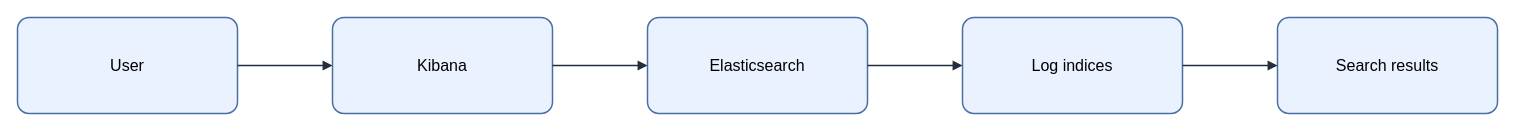
Before: assets/img/observability/kibana-query-flow.drawio in KKamJi98/kkamji98.github.io, a draw.io diagram. Source tidied: cells renumbered, new cells numbered last; positions are measured from the earlier drawing's top-left corner, leaving out a move shared by most shapes. Both pictures are drawn from the tidied source at 100%, with x=0, y=0 at pixel (17, 17).
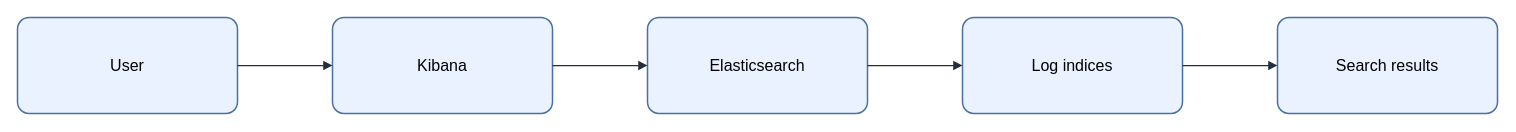
Above is the later version.

Change to the diagram source:
```diff
@@
 <mxGraphModel background="#FFFFFF">
   <root>
     <mxCell id="0" />
     <mxCell id="1" parent="0" />
-    <mxCell id="2" value="&lt;font style=&quot;color: rgb(0, 0, 0);&quot;&gt;User&lt;/font&gt;" style="rounded=1;arcSize=12;whiteSpace=wrap;html=1;fillColor=#EAF2FF;strokeColor=#4A6FA5;strokeWidth=1.5;fontColor=#000000;fontSize=16;align=center;verticalAlign=middle;spacing=8;shadow=0;" parent="1" vertex="1">
+    <mxCell id="2" value="User" style="rounded=1;arcSize=12;whiteSpace=wrap;html=0;fillColor=#EAF2FF;strokeColor=#4A6FA5;strokeWidth=1.5;fontColor=#000000;fontSize=16;align=center;verticalAlign=middle;spacing=8;shadow=0;" parent="1" vertex="1">
       <mxGeometry width="220" height="96" as="geometry" />
     </mxCell>
-    <mxCell id="3" value="&lt;font style=&quot;color: rgb(0, 0, 0);&quot;&gt;Kibana&lt;/font&gt;" style="rounded=1;arcSize=12;whiteSpace=wrap;html=1;fillColor=#EAF2FF;strokeColor=#4A6FA5;strokeWidth=1.5;fontColor=#000000;fontSize=16;align=center;verticalAlign=middle;spacing=8;shadow=0;" parent="1" vertex="1">
+    <mxCell id="3" value="Kibana" style="rounded=1;arcSize=12;whiteSpace=wrap;html=0;fillColor=#EAF2FF;strokeColor=#4A6FA5;strokeWidth=1.5;fontColor=#000000;fontSize=16;align=center;verticalAlign=middle;spacing=8;shadow=0;" parent="1" vertex="1">
       <mxGeometry x="315" width="220" height="96" as="geometry" />
     </mxCell>
-    <mxCell id="4" value="&lt;font style=&quot;color: rgb(0, 0, 0);&quot;&gt;Elasticsearch&lt;/font&gt;" style="rounded=1;arcSize=12;whiteSpace=wrap;html=1;fillColor=#EAF2FF;strokeColor=#4A6FA5;strokeWidth=1.5;fontColor=#000000;fontSize=16;align=center;verticalAlign=middle;spacing=8;shadow=0;" parent="1" vertex="1">
+    <mxCell id="4" value="Elasticsearch" style="rounded=1;arcSize=12;whiteSpace=wrap;html=0;fillColor=#EAF2FF;strokeColor=#4A6FA5;strokeWidth=1.5;fontColor=#000000;fontSize=16;align=center;verticalAlign=middle;spacing=8;shadow=0;" parent="1" vertex="1">
       <mxGeometry x="630" width="220" height="96" as="geometry" />
     </mxCell>
-    <mxCell id="5" value="&lt;font style=&quot;color: rgb(0, 0, 0);&quot;&gt;Log indices&lt;/font&gt;" style="rounded=1;arcSize=12;whiteSpace=wrap;html=1;fillColor=#EAF2FF;strokeColor=#4A6FA5;strokeWidth=1.5;fontColor=#000000;fontSize=16;align=center;verticalAlign=middle;spacing=8;shadow=0;" parent="1" vertex="1">
+    <mxCell id="5" value="Log indices" style="rounded=1;arcSize=12;whiteSpace=wrap;html=0;fillColor=#EAF2FF;strokeColor=#4A6FA5;strokeWidth=1.5;fontColor=#000000;fontSize=16;align=center;verticalAlign=middle;spacing=8;shadow=0;" parent="1" vertex="1">
       <mxGeometry x="945" width="220" height="96" as="geometry" />
     </mxCell>
-    <mxCell id="6" value="&lt;font style=&quot;color: rgb(0, 0, 0);&quot;&gt;Search results&lt;/font&gt;" style="rounded=1;arcSize=12;whiteSpace=wrap;html=1;fillColor=#EAF2FF;strokeColor=#4A6FA5;strokeWidth=1.5;fontColor=#000000;fontSize=16;align=center;verticalAlign=middle;spacing=8;shadow=0;" parent="1" vertex="1">
+    <mxCell id="6" value="Search results" style="rounded=1;arcSize=12;whiteSpace=wrap;html=0;fillColor=#EAF2FF;strokeColor=#4A6FA5;strokeWidth=1.5;fontColor=#000000;fontSize=16;align=center;verticalAlign=middle;spacing=8;shadow=0;" parent="1" vertex="1">
       <mxGeometry x="1260" width="220" height="96" as="geometry" />
     </mxCell>
-    <mxCell id="7" style="edgeStyle=orthogonalEdgeStyle;rounded=0;jettySize=auto;html=1;endArrow=block;endFill=1;strokeColor=#232F3E;strokeWidth=1.5;fontColor=#000000;labelBackgroundColor=none;exitX=1;exitY=0.5;exitDx=0;exitDy=0;entryX=0;entryY=0.5;entryDx=0;entryDy=0;" parent="1" edge="1" source="2" target="3">
+    <mxCell id="7" style="edgeStyle=orthogonalEdgeStyle;rounded=0;jettySize=auto;html=0;endArrow=block;endFill=1;strokeColor=#232F3E;strokeWidth=1.25;fontColor=#000000;labelBackgroundColor=none;exitX=1;exitY=0.5;exitDx=0;exitDy=0;entryX=0;entryY=0.5;entryDx=0;entryDy=0;" parent="1" edge="1" source="2" target="3">
       <mxGeometry relative="1" as="geometry" />
     </mxCell>
-    <mxCell id="8" style="edgeStyle=orthogonalEdgeStyle;rounded=0;jettySize=auto;html=1;endArrow=block;endFill=1;strokeColor=#232F3E;strokeWidth=1.5;fontColor=#000000;labelBackgroundColor=none;exitX=1;exitY=0.5;exitDx=0;exitDy=0;entryX=0;entryY=0.5;entryDx=0;entryDy=0;" parent="1" edge="1" source="3" target="4">
+    <mxCell id="8" style="edgeStyle=orthogonalEdgeStyle;rounded=0;jettySize=auto;html=0;endArrow=block;endFill=1;strokeColor=#232F3E;strokeWidth=1.25;fontColor=#000000;labelBackgroundColor=none;exitX=1;exitY=0.5;exitDx=0;exitDy=0;entryX=0;entryY=0.5;entryDx=0;entryDy=0;" parent="1" edge="1" source="3" target="4">
       <mxGeometry relative="1" as="geometry" />
     </mxCell>
-    <mxCell id="9" style="edgeStyle=orthogonalEdgeStyle;rounded=0;jettySize=auto;html=1;endArrow=block;endFill=1;strokeColor=#232F3E;strokeWidth=1.5;fontColor=#000000;labelBackgroundColor=none;exitX=1;exitY=0.5;exitDx=0;exitDy=0;entryX=0;entryY=0.5;entryDx=0;entryDy=0;" parent="1" edge="1" source="4" target="5">
+    <mxCell id="9" style="edgeStyle=orthogonalEdgeStyle;rounded=0;jettySize=auto;html=0;endArrow=block;endFill=1;strokeColor=#232F3E;strokeWidth=1.25;fontColor=#000000;labelBackgroundColor=none;exitX=1;exitY=0.5;exitDx=0;exitDy=0;entryX=0;entryY=0.5;entryDx=0;entryDy=0;" parent="1" edge="1" source="4" target="5">
       <mxGeometry relative="1" as="geometry" />
     </mxCell>
-    <mxCell id="10" style="edgeStyle=orthogonalEdgeStyle;rounded=0;jettySize=auto;html=1;endArrow=block;endFill=1;strokeColor=#232F3E;strokeWidth=1.5;fontColor=#000000;labelBackgroundColor=none;exitX=1;exitY=0.5;exitDx=0;exitDy=0;entryX=0;entryY=0.5;entryDx=0;entryDy=0;" parent="1" edge="1" source="5" target="6">
+    <mxCell id="10" style="edgeStyle=orthogonalEdgeStyle;rounded=0;jettySize=auto;html=0;endArrow=block;endFill=1;strokeColor=#232F3E;strokeWidth=1.25;fontColor=#000000;labelBackgroundColor=none;exitX=1;exitY=0.5;exitDx=0;exitDy=0;entryX=0;entryY=0.5;entryDx=0;entryDy=0;" parent="1" edge="1" source="5" target="6">
       <mxGeometry relative="1" as="geometry" />
     </mxCell>
   </root>
 </mxGraphModel>
```
